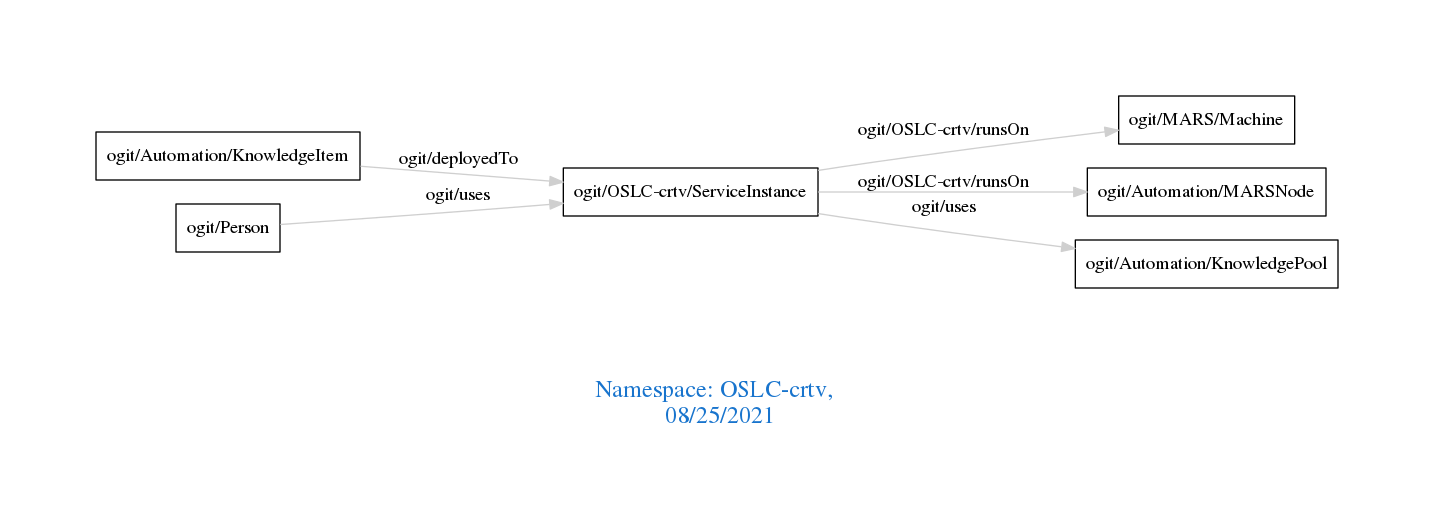
Earlier version of the Graphviz export downloads/OSLC-crtv.png (arago/OGIT). Its source is kept beside it as downloads/OSLC-crtv.dot.
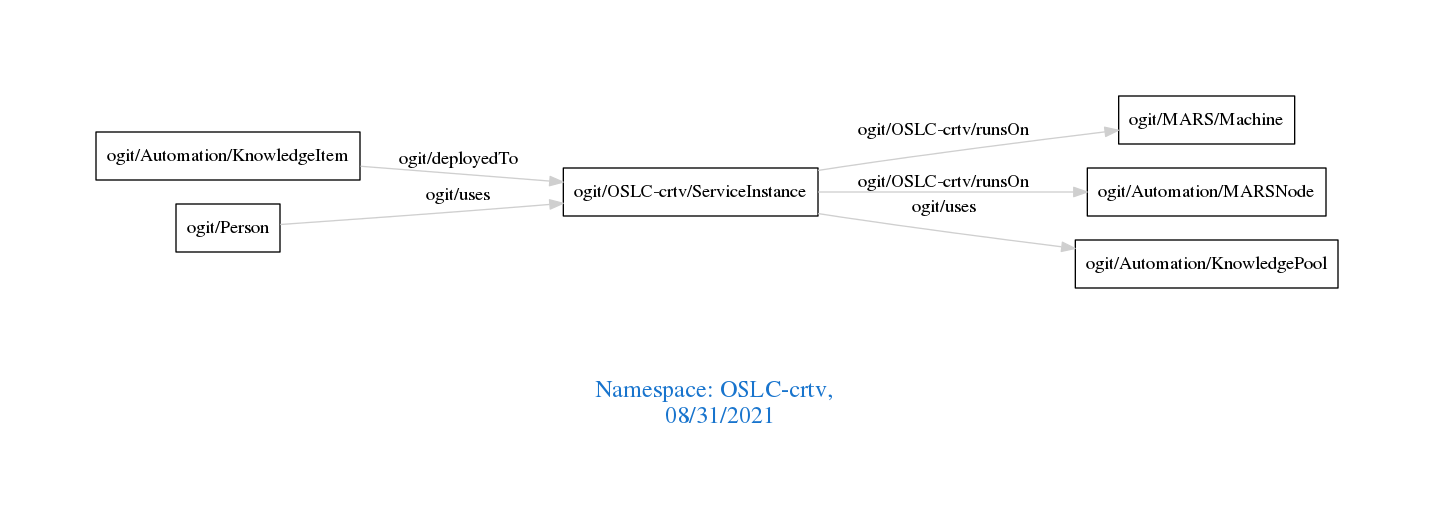
Later version of the same file.

Diff of the diagram source:
```diff
@@ -1,7 +1,7 @@
 digraph OGIT_ontology {
  graph [ rankdir= LR,pad=1
 fontsize = 18,
-fontcolor= dodgerblue3,label = "\n\n\nNamespace: OSLC-crtv, \n 08/25/2021"];
+fontcolor= dodgerblue3,label = "\n\n\nNamespace: OSLC-crtv, \n 08/31/2021"];
 node[shape=polygon];
 edge [  color="gray81"];
 
```
